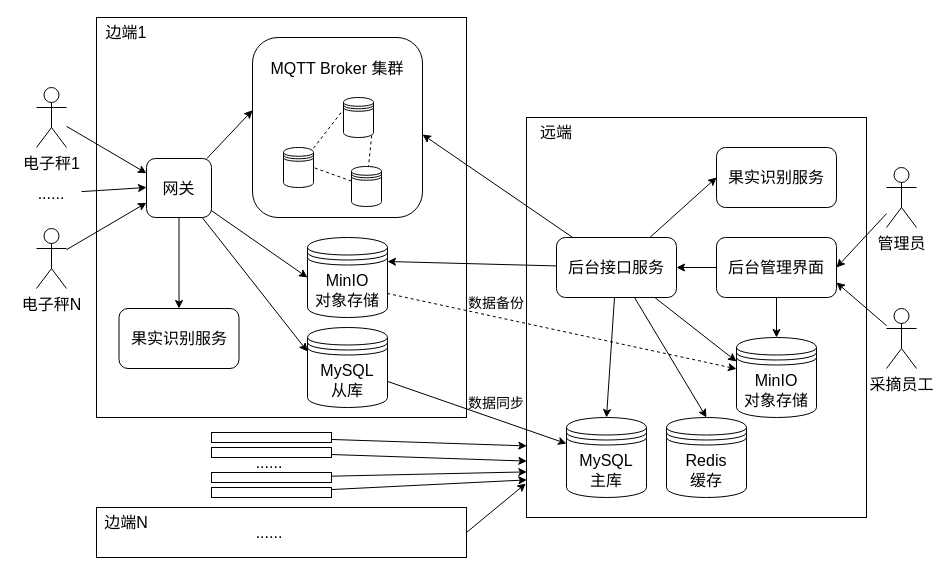
Above: design/软件部署架构图.dio in akynazh/aws (draw.io), before the change. Source tidied: cells renumbered, new cells numbered last; positions are measured from the earlier drawing's top-left corner, leaving out a move shared by most shapes. Both pictures are drawn from the tidied source at 100%, with x=0, y=0 at pixel (21, 17).
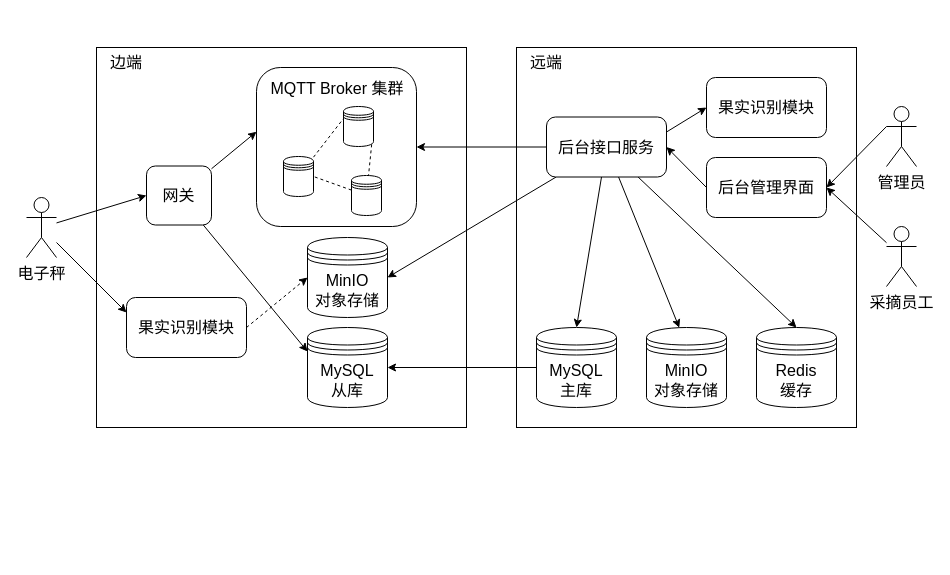
The same page after the edit.

Unchanged cells that the change refers to:
```xml
<mxCell id="6" value="&lt;font&gt;MySQL&lt;/font&gt;&lt;div&gt;&lt;font&gt;从库&lt;/font&gt;&lt;/div&gt;" style="shape=datastore;whiteSpace=wrap;html=1;fontFamily=Songti SC;fontSize=16;" parent="1" vertex="1">
  <mxGeometry x="286" y="310" width="80" height="80" as="geometry" />
</mxCell>
<mxCell id="38" value="MinIO&lt;div&gt;对象存储&lt;/div&gt;" style="shape=datastore;whiteSpace=wrap;html=1;fontFamily=Songti SC;fontSize=16;" parent="1" vertex="1">
  <mxGeometry x="286" y="220" width="80" height="80" as="geometry" />
</mxCell>
```

The edit, as a diff of the source:
```diff
@@
     <mxCell id="2" style="rounded=0;whiteSpace=wrap;html=1;fontFamily=Songti SC;fontSize=16;" parent="1" vertex="1">
-      <mxGeometry x="75" width="370" height="400" as="geometry" />
+      <mxGeometry x="75" y="30" width="370" height="380" as="geometry" />
     </mxCell>
     <mxCell id="3" style="rounded=1;whiteSpace=wrap;html=1;fontFamily=Songti SC;fontSize=16;" parent="1" vertex="1">
-      <mxGeometry x="231" y="20" width="170" height="180" as="geometry" />
+      <mxGeometry x="235" y="50" width="160" height="159" as="geometry" />
     </mxCell>
     <mxCell id="4" style="rounded=0;whiteSpace=wrap;html=1;fontSize=16;fontFamily=Songti SC;" parent="1" vertex="1">
-      <mxGeometry x="505" y="100" width="340" height="400" as="geometry" />
+      <mxGeometry x="495" y="30" width="340" height="380" as="geometry" />
     </mxCell>
-    <mxCell id="5" style="edgeStyle=none;html=1;fontFamily=Songti SC;fontSize=16;" parent="1" edge="1" source="6" target="7">
+    <mxCell id="5" style="edgeStyle=none;html=1;fontFamily=Songti SC;fontSize=16;endArrow=none;endFill=0;startArrow=classic;startFill=1;" parent="1" edge="1" source="6" target="7">
       <mxGeometry relative="1" as="geometry" />
     </mxCell>
@@
     <mxCell id="7" value="&lt;font&gt;MySQL&lt;/font&gt;&lt;div&gt;&lt;font&gt;主库&lt;/font&gt;&lt;/div&gt;" style="shape=datastore;whiteSpace=wrap;html=1;fontFamily=Songti SC;fontSize=16;" parent="1" vertex="1">
-      <mxGeometry x="545" y="400" width="80" height="80" as="geometry" />
+      <mxGeometry x="515" y="310" width="80" height="80" as="geometry" />
     </mxCell>
@@
-    <mxCell id="9" style="edgeStyle=none;html=1;entryX=0;entryY=0.5;entryDx=0;entryDy=0;fontFamily=Songti SC;fontSize=16;" parent="1" edge="1" source="11" target="38">
-      <mxGeometry relative="1" as="geometry" />
-    </mxCell>
-    <mxCell id="10" style="edgeStyle=none;html=1;entryX=0.5;entryY=0;entryDx=0;entryDy=0;fontFamily=Songti SC;fontSize=16;" parent="1" edge="1" source="11" target="37">
-      <mxGeometry relative="1" as="geometry" />
-    </mxCell>
     <mxCell id="11" value="网关" style="rounded=1;whiteSpace=wrap;html=1;fontFamily=Songti SC;fontSize=16;" parent="1" vertex="1">
-      <mxGeometry x="125" y="141" width="65" height="59" as="geometry" />
+      <mxGeometry x="125" y="148.5" width="65" height="59" as="geometry" />
     </mxCell>
@@
-    <mxCell id="13" style="edgeStyle=none;html=1;fontFamily=Songti SC;fontSize=16;entryX=0;entryY=0.5;entryDx=0;entryDy=0;" parent="1" edge="1" source="17" target="27">
+    <mxCell id="13" style="edgeStyle=none;html=1;fontFamily=Songti SC;fontSize=16;entryX=0;entryY=0.5;entryDx=0;entryDy=0;exitX=1;exitY=0.25;exitDx=0;exitDy=0;" parent="1" edge="1" source="17" target="27">
       <mxGeometry relative="1" as="geometry" />
     </mxCell>
@@
-    <mxCell id="15" style="edgeStyle=none;html=1;entryX=1;entryY=0.3;entryDx=0;entryDy=0;fontFamily=Songti SC;fontSize=16;" parent="1" edge="1" source="17" target="38">
+    <mxCell id="15" style="edgeStyle=none;html=1;entryX=1;entryY=0.5;entryDx=0;entryDy=0;fontFamily=Songti SC;fontSize=16;" parent="1" edge="1" source="17" target="38">
       <mxGeometry relative="1" as="geometry" />
     </mxCell>
-    <mxCell id="16" style="edgeStyle=none;html=1;entryX=0;entryY=0.3;entryDx=0;entryDy=0;fontFamily=Songti SC;fontSize=16;" parent="1" edge="1" source="17" target="42">
-      <mxGeometry relative="1" as="geometry" />
-    </mxCell>
+    <mxCell id="36" style="edgeStyle=none;html=1;entryX=1;entryY=0.5;entryDx=0;entryDy=0;" parent="1" edge="1" source="17" target="3">
+      <mxGeometry relative="1" as="geometry" />
+    </mxCell>
     <mxCell id="17" value="后台接口服务" style="rounded=1;whiteSpace=wrap;html=1;fontFamily=Songti SC;fontSize=16;" parent="1" vertex="1">
-      <mxGeometry x="535" y="220" width="120" height="60" as="geometry" />
+      <mxGeometry x="525" y="99.5" width="120" height="60" as="geometry" />
     </mxCell>
-    <mxCell id="18" style="edgeStyle=none;html=1;entryX=0;entryY=0.75;entryDx=0;entryDy=0;fontFamily=Songti SC;fontSize=16;" parent="1" edge="1" source="19" target="11">
-      <mxGeometry relative="1" as="geometry" />
-    </mxCell>
-    <mxCell id="19" value="电子秤N" style="shape=umlActor;verticalLabelPosition=bottom;verticalAlign=top;html=1;outlineConnect=0;fontFamily=Songti SC;fontSize=16;" parent="1" vertex="1">
-      <mxGeometry x="15" y="211" width="30" height="60" as="geometry" />
-    </mxCell>
-    <mxCell id="20" value="边端1" style="text;html=1;align=center;verticalAlign=middle;whiteSpace=wrap;rounded=0;fontFamily=Songti SC;fontSize=16;" parent="1" vertex="1">
-      <mxGeometry x="75" width="60" height="30" as="geometry" />
+    <mxCell id="20" value="边端" style="text;html=1;align=center;verticalAlign=middle;whiteSpace=wrap;rounded=0;fontFamily=Songti SC;fontSize=16;" parent="1" vertex="1">
+      <mxGeometry x="75" y="30" width="60" height="30" as="geometry" />
     </mxCell>
-    <mxCell id="21" style="edgeStyle=none;html=1;entryX=1;entryY=0.5;entryDx=0;entryDy=0;fontFamily=Songti SC;fontSize=16;" parent="1" edge="1" source="23" target="17">
+    <mxCell id="21" style="edgeStyle=none;html=1;entryX=1;entryY=0.5;entryDx=0;entryDy=0;fontFamily=Songti SC;fontSize=16;exitX=0;exitY=0.5;exitDx=0;exitDy=0;" parent="1" edge="1" source="23" target="17">
       <mxGeometry relative="1" as="geometry" />
     </mxCell>
-    <mxCell id="22" style="edgeStyle=none;html=1;entryX=0.5;entryY=0;entryDx=0;entryDy=0;fontFamily=Songti SC;fontSize=16;" parent="1" edge="1" source="23" target="42">
-      <mxGeometry relative="1" as="geometry" />
-    </mxCell>
     <mxCell id="23" value="后台管理界面" style="rounded=1;whiteSpace=wrap;html=1;fontFamily=Songti SC;fontSize=16;" parent="1" vertex="1">
-      <mxGeometry x="695" y="220" width="120" height="60" as="geometry" />
+      <mxGeometry x="685" y="140" width="120" height="60" as="geometry" />
     </mxCell>
-    <mxCell id="24" style="edgeStyle=none;html=1;entryX=1;entryY=0.5;entryDx=0;entryDy=0;fontFamily=Songti SC;fontSize=16;" parent="1" edge="1" source="25" target="23">
+    <mxCell id="24" style="edgeStyle=none;html=1;entryX=1;entryY=0.5;entryDx=0;entryDy=0;fontFamily=Songti SC;fontSize=16;exitX=0;exitY=0.3333333333333333;exitDx=0;exitDy=0;exitPerimeter=0;" parent="1" edge="1" source="25" target="23">
       <mxGeometry relative="1" as="geometry" />
     </mxCell>
     <mxCell id="25" value="管理员" style="shape=umlActor;verticalLabelPosition=bottom;verticalAlign=top;html=1;outlineConnect=0;fontFamily=Songti SC;fontSize=16;" parent="1" vertex="1">
-      <mxGeometry x="865" y="150" width="30" height="60" as="geometry" />
+      <mxGeometry x="865" y="89" width="30" height="60" as="geometry" />
     </mxCell>
     <mxCell id="26" value="远端" style="text;html=1;align=center;verticalAlign=middle;whiteSpace=wrap;rounded=0;fontSize=16;fontFamily=Songti SC;" parent="1" vertex="1">
-      <mxGeometry x="505" y="100" width="60" height="30" as="geometry" />
+      <mxGeometry x="495" y="30" width="60" height="30" as="geometry" />
     </mxCell>
-    <mxCell id="27" value="果实识别服务" style="rounded=1;whiteSpace=wrap;html=1;fontFamily=Songti SC;fontSize=16;" parent="1" vertex="1">
-      <mxGeometry x="695" y="130" width="120" height="60" as="geometry" />
+    <mxCell id="27" value="果实识别模块" style="rounded=1;whiteSpace=wrap;html=1;fontFamily=Songti SC;fontSize=16;" parent="1" vertex="1">
+      <mxGeometry x="685" y="60" width="120" height="60" as="geometry" />
     </mxCell>
@@
     <mxCell id="29" style="shape=datastore;whiteSpace=wrap;html=1;fontFamily=Songti SC;fontSize=16;" parent="1" vertex="1">
-      <mxGeometry x="262" y="130" width="30" height="40" as="geometry" />
+      <mxGeometry x="262" y="139" width="30" height="40" as="geometry" />
     </mxCell>
     <mxCell id="30" style="shape=datastore;whiteSpace=wrap;html=1;fontFamily=Songti SC;fontSize=16;" parent="1" vertex="1">
-      <mxGeometry x="330" y="149" width="30" height="40" as="geometry" />
+      <mxGeometry x="330" y="158" width="30" height="40" as="geometry" />
     </mxCell>
@@
     <mxCell id="32" style="shape=datastore;whiteSpace=wrap;html=1;fontFamily=Songti SC;fontSize=16;" parent="1" vertex="1">
-      <mxGeometry x="322" y="80" width="30" height="40" as="geometry" />
+      <mxGeometry x="322" y="89" width="30" height="40" as="geometry" />
     </mxCell>
@@
     <mxCell id="35" value="MQTT Broker 集群" style="text;html=1;align=center;verticalAlign=middle;whiteSpace=wrap;rounded=0;fontFamily=Songti SC;fontSize=16;" parent="1" vertex="1">
-      <mxGeometry x="225" y="30" width="182" height="42" as="geometry" />
+      <mxGeometry x="225" y="50" width="182" height="42" as="geometry" />
     </mxCell>
-    <mxCell id="36" style="edgeStyle=none;html=1;entryX=1;entryY=0.539;entryDx=0;entryDy=0;entryPerimeter=0;fontFamily=Songti SC;fontSize=16;" parent="1" edge="1" source="17" target="3">
-      <mxGeometry relative="1" as="geometry" />
-    </mxCell>
+    <mxCell id="63" style="edgeStyle=none;html=1;entryX=0;entryY=0.5;entryDx=0;entryDy=0;dashed=1;exitX=1;exitY=0.5;exitDx=0;exitDy=0;" parent="1" edge="1" source="37" target="38">
+      <mxGeometry relative="1" as="geometry" />
+    </mxCell>
-    <mxCell id="37" value="果实识别服务" style="rounded=1;whiteSpace=wrap;html=1;fontFamily=Songti SC;fontSize=16;" parent="1" vertex="1">
-      <mxGeometry x="97.5" y="291" width="120" height="60" as="geometry" />
+    <mxCell id="37" value="果实识别模块" style="rounded=1;whiteSpace=wrap;html=1;fontFamily=Songti SC;fontSize=16;" parent="1" vertex="1">
+      <mxGeometry x="105" y="280" width="120" height="60" as="geometry" />
     </mxCell>
@@
-    <mxCell id="39" style="edgeStyle=none;html=1;entryX=1;entryY=0.75;entryDx=0;entryDy=0;fontFamily=Songti SC;fontSize=16;" parent="1" edge="1" source="40" target="23">
+    <mxCell id="39" style="edgeStyle=none;html=1;entryX=1;entryY=0.5;entryDx=0;entryDy=0;fontFamily=Songti SC;fontSize=16;" parent="1" edge="1" source="40" target="23">
       <mxGeometry relative="1" as="geometry" />
     </mxCell>
     <mxCell id="40" value="采摘员工" style="shape=umlActor;verticalLabelPosition=bottom;verticalAlign=top;html=1;outlineConnect=0;fontFamily=Songti SC;fontSize=16;" parent="1" vertex="1">
-      <mxGeometry x="865" y="291" width="30" height="60" as="geometry" />
+      <mxGeometry x="865" y="209" width="30" height="60" as="geometry" />
     </mxCell>
-    <mxCell id="41" style="edgeStyle=none;html=1;entryX=1;entryY=0.7;entryDx=0;entryDy=0;dashed=1;endArrow=none;endFill=0;startArrow=classic;startFill=1;fontFamily=Songti SC;fontSize=16;" parent="1" edge="1" source="42" target="38">
-      <mxGeometry relative="1" as="geometry" />
-    </mxCell>
+    <mxCell id="43" value="Redis&lt;div&gt;缓存&lt;/div&gt;" style="shape=datastore;whiteSpace=wrap;html=1;fontFamily=Songti SC;fontSize=16;" parent="1" vertex="1">
+      <mxGeometry x="735" y="310" width="80" height="80" as="geometry" />
+    </mxCell>
+    <mxCell id="49" style="edgeStyle=none;html=1;entryX=0;entryY=0.5;entryDx=0;entryDy=0;" parent="1" edge="1" source="50" target="11">
+      <mxGeometry relative="1" as="geometry" />
+    </mxCell>
+    <mxCell id="64" style="edgeStyle=none;html=1;entryX=0;entryY=0.25;entryDx=0;entryDy=0;" parent="1" edge="1" source="50" target="37">
+      <mxGeometry relative="1" as="geometry" />
+    </mxCell>
+    <mxCell id="50" value="电子秤" style="shape=umlActor;verticalLabelPosition=bottom;verticalAlign=top;html=1;outlineConnect=0;fontFamily=Songti SC;fontSize=16;" parent="1" vertex="1">
+      <mxGeometry x="5" y="180" width="30" height="60" as="geometry" />
+    </mxCell>
     <mxCell id="42" value="MinIO&lt;div&gt;对象存储&lt;/div&gt;" style="shape=datastore;whiteSpace=wrap;html=1;fontFamily=Songti SC;fontSize=16;" parent="1" vertex="1">
-      <mxGeometry x="715" y="320" width="80" height="80" as="geometry" />
+      <mxGeometry x="625" y="310" width="80" height="80" as="geometry" />
     </mxCell>
-    <mxCell id="43" value="Redis&lt;div&gt;缓存&lt;/div&gt;" style="shape=datastore;whiteSpace=wrap;html=1;fontFamily=Songti SC;fontSize=16;" parent="1" vertex="1">
-      <mxGeometry x="645" y="400" width="80" height="80" as="geometry" />
-    </mxCell>
-    <mxCell id="44" style="rounded=0;whiteSpace=wrap;html=1;fontFamily=Songti SC;fontSize=16;" parent="1" vertex="1">
-      <mxGeometry x="190" y="415" width="120" height="10" as="geometry" />
-    </mxCell>
-    <mxCell id="45" style="rounded=0;whiteSpace=wrap;html=1;fontFamily=Songti SC;fontSize=16;" parent="1" vertex="1">
-      <mxGeometry x="190" y="430" width="120" height="10" as="geometry" />
-    </mxCell>
-    <mxCell id="46" style="rounded=0;whiteSpace=wrap;html=1;fontFamily=Songti SC;fontSize=16;" parent="1" vertex="1">
-      <mxGeometry x="190" y="455" width="120" height="10" as="geometry" />
-    </mxCell>
-    <mxCell id="47" value="&lt;font&gt;......&lt;/font&gt;" style="text;html=1;align=center;verticalAlign=middle;whiteSpace=wrap;rounded=0;fontFamily=Songti SC;fontSize=16;" parent="1" vertex="1">
-      <mxGeometry x="217.5" y="430" width="60" height="30" as="geometry" />
-    </mxCell>
-    <mxCell id="48" style="rounded=0;whiteSpace=wrap;html=1;fontFamily=Songti SC;fontSize=16;" parent="1" vertex="1">
-      <mxGeometry x="75" y="490" width="370" height="50" as="geometry" />
-    </mxCell>
-    <mxCell id="49" style="edgeStyle=none;html=1;entryX=0;entryY=0.25;entryDx=0;entryDy=0;fontFamily=Songti SC;fontSize=16;" parent="1" edge="1" source="50" target="11">
-      <mxGeometry relative="1" as="geometry" />
-    </mxCell>
-    <mxCell id="50" value="电子秤1" style="shape=umlActor;verticalLabelPosition=bottom;verticalAlign=top;html=1;outlineConnect=0;fontFamily=Songti SC;fontSize=16;" parent="1" vertex="1">
-      <mxGeometry x="15" y="70" width="30" height="60" as="geometry" />
-    </mxCell>
-    <mxCell id="51" value="边端N" style="text;html=1;align=center;verticalAlign=middle;whiteSpace=wrap;rounded=0;fontFamily=Songti SC;fontSize=16;" parent="1" vertex="1">
-      <mxGeometry x="75" y="490" width="60" height="30" as="geometry" />
-    </mxCell>
-    <mxCell id="52" style="edgeStyle=none;html=1;fontFamily=Songti SC;fontSize=16;" parent="1" edge="1" source="53">
-      <mxGeometry relative="1" as="geometry">
-        <mxPoint x="125" y="170" as="targetPoint" />
-      </mxGeometry>
-    </mxCell>
-    <mxCell id="53" value="......" style="text;html=1;align=center;verticalAlign=middle;whiteSpace=wrap;rounded=0;fontFamily=Songti SC;fontSize=16;" parent="1" vertex="1">
-      <mxGeometry y="161" width="60" height="30" as="geometry" />
-    </mxCell>
-    <mxCell id="54" style="edgeStyle=none;html=1;entryX=-0.002;entryY=0.915;entryDx=0;entryDy=0;entryPerimeter=0;fontFamily=Songti SC;fontSize=16;exitX=1;exitY=0.5;exitDx=0;exitDy=0;" parent="1" edge="1" source="48" target="4">
-      <mxGeometry relative="1" as="geometry" />
-    </mxCell>
-    <mxCell id="55" style="edgeStyle=none;html=1;entryX=0.001;entryY=0.859;entryDx=0;entryDy=0;entryPerimeter=0;fontFamily=Songti SC;fontSize=16;" parent="1" edge="1" source="45" target="4">
-      <mxGeometry relative="1" as="geometry" />
-    </mxCell>
-    <mxCell id="56" style="edgeStyle=none;html=1;entryX=0.001;entryY=0.821;entryDx=0;entryDy=0;entryPerimeter=0;fontFamily=Songti SC;fontSize=16;" parent="1" edge="1" source="44" target="4">
-      <mxGeometry relative="1" as="geometry" />
-    </mxCell>
-    <mxCell id="57" style="edgeStyle=none;html=1;entryX=0.001;entryY=0.886;entryDx=0;entryDy=0;entryPerimeter=0;fontFamily=Songti SC;fontSize=16;" parent="1" edge="1" source="46" target="4">
-      <mxGeometry relative="1" as="geometry" />
-    </mxCell>
-    <mxCell id="58" value="......" style="text;html=1;align=center;verticalAlign=middle;whiteSpace=wrap;rounded=0;fontFamily=Songti SC;fontSize=16;" parent="1" vertex="1">
-      <mxGeometry x="217.5" y="500" width="60" height="30" as="geometry" />
-    </mxCell>
-    <mxCell id="59" style="rounded=0;whiteSpace=wrap;html=1;fontFamily=Songti SC;fontSize=16;" parent="1" vertex="1">
-      <mxGeometry x="190" y="470" width="120" height="10" as="geometry" />
-    </mxCell>
-    <mxCell id="60" style="edgeStyle=none;html=1;entryX=0.001;entryY=0.906;entryDx=0;entryDy=0;entryPerimeter=0;fontFamily=Songti SC;fontSize=16;" parent="1" edge="1" source="59" target="4">
-      <mxGeometry relative="1" as="geometry" />
-    </mxCell>
-    <mxCell id="61" value="&lt;font style=&quot;font-size: 14px;&quot;&gt;数据同步&lt;/font&gt;" style="text;html=1;align=center;verticalAlign=middle;whiteSpace=wrap;rounded=0;fontFamily=Songti SC;fontSize=16;" parent="1" vertex="1">
-      <mxGeometry x="440" y="370" width="70" height="30" as="geometry" />
-    </mxCell>
-    <mxCell id="62" value="&lt;font style=&quot;font-size: 14px;&quot;&gt;数据备份&lt;/font&gt;" style="text;html=1;align=center;verticalAlign=middle;whiteSpace=wrap;rounded=0;fontFamily=Songti SC;fontSize=16;" parent="1" vertex="1">
-      <mxGeometry x="435" y="270" width="80" height="30" as="geometry" />
-    </mxCell>
+    <mxCell id="16" style="edgeStyle=none;html=1;entryX=0.41;entryY=0.003;entryDx=0;entryDy=0;entryPerimeter=0;" parent="1" edge="1" source="17" target="42">
+      <mxGeometry relative="1" as="geometry" />
+    </mxCell>
```
